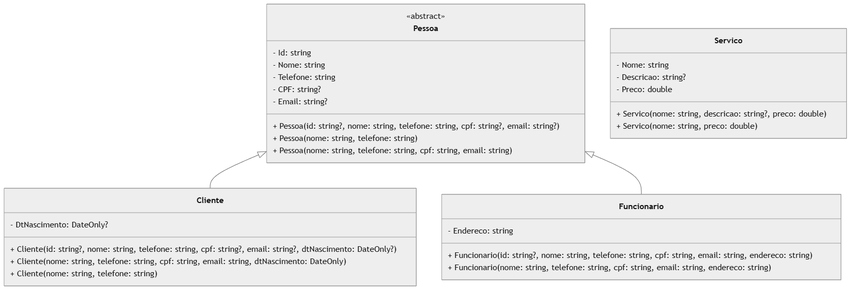
Above: resources/diagrams/images/class.png in L-Codex/pim03 (Mermaid), before the change. Its source is kept beside it as resources/diagrams/code/class.mmd.
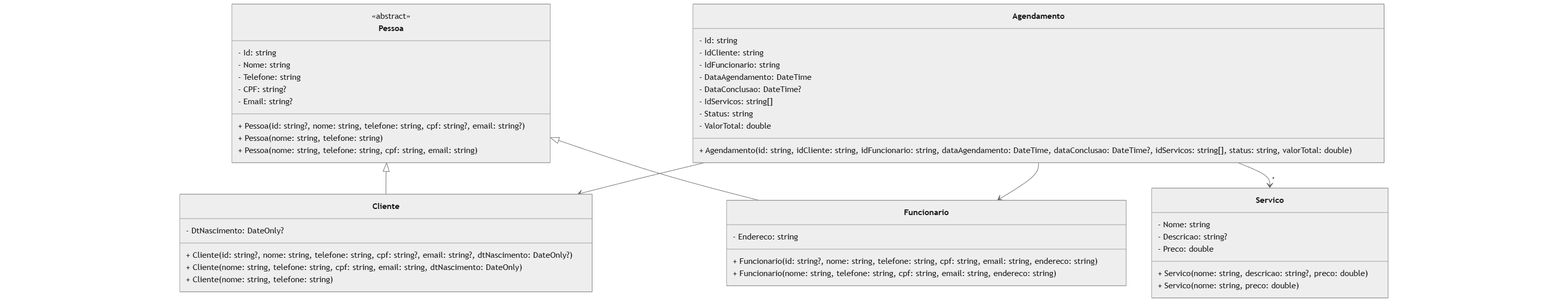
The same file after the commit.

Commit message:
Adicionar modelo agendamento e diagramas

Change to the diagram source:
```diff
@@ -32,5 +32,20 @@
         + Servico(nome: string, preco: double)
     }
 
+    class Agendamento {
+        - Id: string
+        - IdCliente: string
+        - IdFuncionario: string
+        - DataAgendamento: DateTime
+        - DataConclusao: DateTime?
+        - IdServicos: string[]
+        - Status: string
+        - ValorTotal: double
+        + Agendamento(id: string, idCliente: string, idFuncionario: string, dataAgendamento: DateTime, dataConclusao: DateTime?, idServicos: string[], status: string, valorTotal: double)
+    }
+
     Pessoa <|-- Cliente
     Pessoa <|-- Funcionario
+    Agendamento --> "1" Cliente
+    Agendamento --> "1" Funcionario
+    Agendamento --> "*" Servico
```
